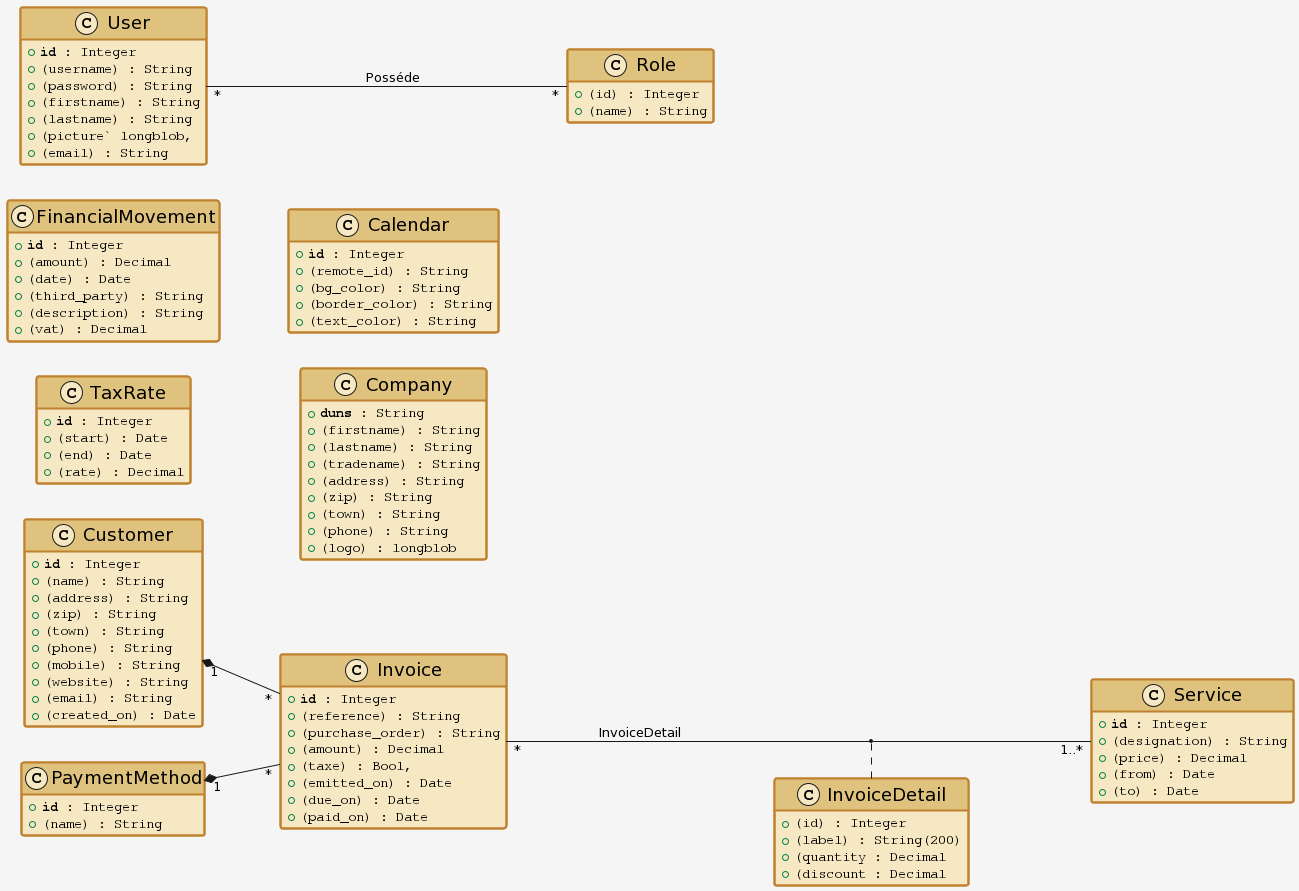
Above: test.png in anis-ellouzi/help (PlantUML), before the change. Source of this version:
```plantuml
@startuml



!define Classe(x) class "x" << (C,#f6e8c3) >>
!define pk(x) <b>x</b>
hide methods
left to right direction
skinparam groupInheritance 2
skinparam lineThickness 2
skinparam lineColor #35978f
skinparam backgroundColor #f5f5f5
skinparam classAttributeFontColor #000000
skinparam classAttributeFontName Monospaced
skinparam classAttributeFontSize 14
skinparam classBackgroundColor #f6e8c3
skinparam classBorderColor #bf812d
skinparam classBorderThickness 2
skinparam classFontColor #000000
skinparam classFontName Arial
skinparam classFontSize 18
skinparam classHeaderBackgroundColor #dfc27d


Classe("Customer") {
    {field} + pk(id) : Integer
    {field} + (name) : String
    {field} + (address) : String
    {field} + (zip) : String
    {field} + (town) : String
    {field} + (phone) : String
    {field} + (mobile) : String
    {field} + (website) : String
    {field} + (email) : String
    {field} + (created_on) : Date
}
Classe("PaymentMethod") {
    {field} + pk(id) : Integer
    {field} + (name) : String
}

"Customer" "1" *-- "*" "Invoice"
"PaymentMethod" "1" *-- "*" "Invoice"

Classe("Invoice") {
    {field} + pk(id) : Integer
    {field} + (reference) : String
    {field} + (purchase_order) : String
    {field} + (amount) : Decimal
    {field} + (taxe) : Bool,
    {field} + (emitted_on) : Date
    {field} + (due_on) : Date
    {field} + (paid_on) : Date
}

"Invoice" "*" --- "1..*" "Service": "InvoiceDetail"
("Invoice", "Service") .. "InvoiceDetail"

Classe("InvoiceDetail") {
    {field} + (id) : Integer
    {field} + (label) : String(200)
    {field} + (quantity : Decimal
    {field} + (discount : Decimal
}
Classe("Service") {
    {field} + pk(id) : Integer
    {field} + (designation) : String
    {field} + (price) : Decimal
    {field} + (from) : Date
    {field} + (to) : Date
}

Classe("User") {
    {field} + pk(id) : Integer
    {field} + (username) : String
    {field} + (password) : String
    {field} + (firstname) : String
    {field} + (lastname) : String
    {field} + (picture` longblob,
    {field} + (email) : String
}
"User" "*" --- "*" "Role": "Posséde"
Classe("Role") {
    {field} + (id) : Integer
    {field} + (name) : String
}



Classe("FinancialMovement") {
    {field} + pk(id) : Integer
    {field} + (amount) : Decimal
    {field} + (date) : Date
    {field} + (third_party) : String
    {field} + (description) : String
    {field} + (vat) : Decimal
}
Classe("TaxRate") {
    {field} + pk(id) : Integer
    {field} + (start) : Date
    {field} + (end) : Date
    {field} + (rate) : Decimal
}

Classe("Calendar") {
    {field} + pk(id) : Integer
    {field} + (remote_id) : String
    {field} + (bg_color) : String
    {field} + (border_color) : String
    {field} + (text_color) : String
}
Classe("Company") {
    {field} + pk(duns) : String
    {field} + (firstname) : String
    {field} + (lastname) : String
    {field} + (tradename) : String
    {field} + (address) : String
    {field} + (zip) : String
    {field} + (town) : String
    {field} + (phone) : String
    {field} + (logo) : longblob
}
@enduml
```
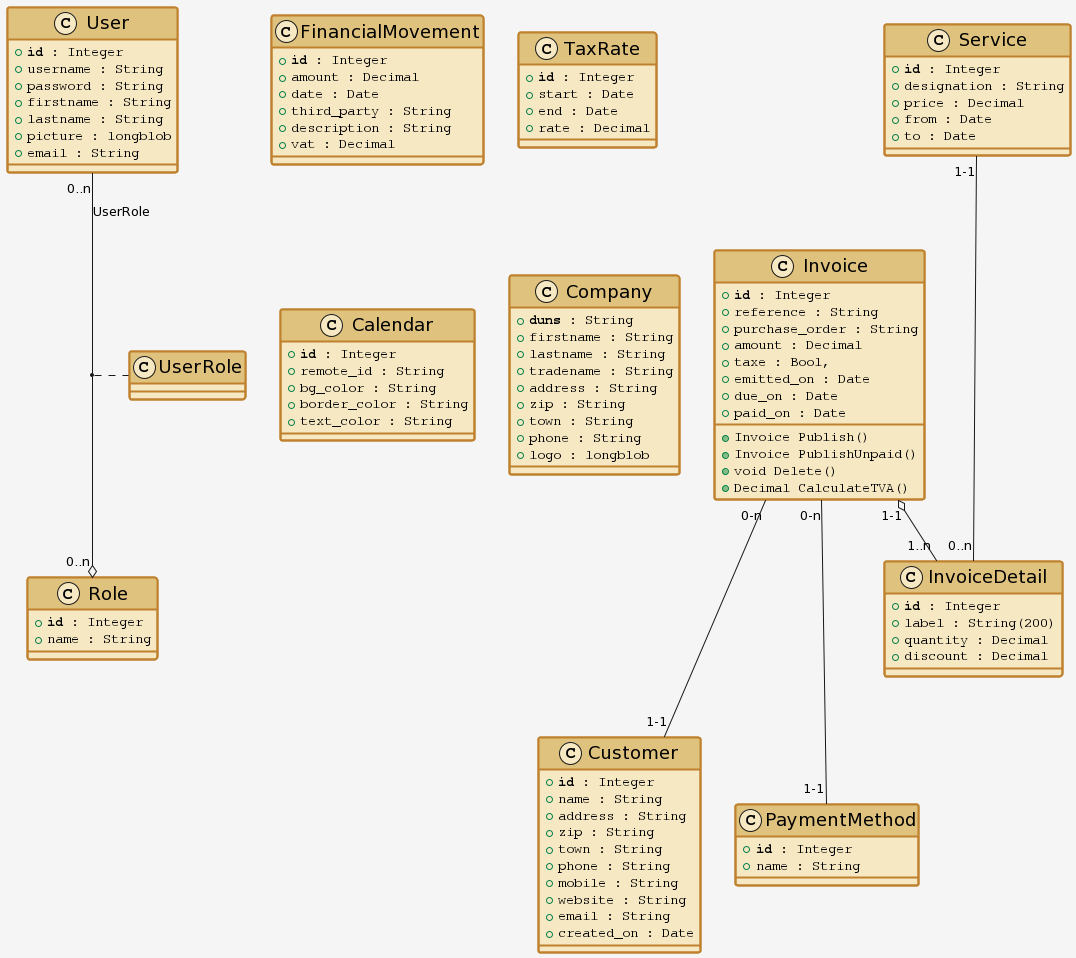
Above is the later version.

Diff of the diagram source:
```diff
@@ -4,8 +4,6 @@
 
 !define Classe(x) class "x" << (C,#f6e8c3) >>
 !define pk(x) <b>x</b>
-hide methods
-left to right direction
 skinparam groupInheritance 2
 skinparam lineThickness 2
 skinparam lineColor #35978f
@@ -24,100 +22,106 @@
 
 Classe("Customer") {
     {field} + pk(id) : Integer
-    {field} + (name) : String
-    {field} + (address) : String
-    {field} + (zip) : String
-    {field} + (town) : String
-    {field} + (phone) : String
-    {field} + (mobile) : String
-    {field} + (website) : String
-    {field} + (email) : String
-    {field} + (created_on) : Date
+    {field} + name : String
+    {field} + address : String
+    {field} + zip : String
+    {field} + town : String
+    {field} + phone : String
+    {field} + mobile : String
+    {field} + website : String
+    {field} + email : String
+    {field} + created_on : Date
 }
 Classe("PaymentMethod") {
     {field} + pk(id) : Integer
-    {field} + (name) : String
+    {field} + name : String
 }
-
-"Customer" "1" *-- "*" "Invoice"
-"PaymentMethod" "1" *-- "*" "Invoice"
+Invoice “0-n” --- “1-1" Customer
+Invoice “0-n” --- “1-1" PaymentMethod
 
 Classe("Invoice") {
     {field} + pk(id) : Integer
-    {field} + (reference) : String
-    {field} + (purchase_order) : String
-    {field} + (amount) : Decimal
-    {field} + (taxe) : Bool,
-    {field} + (emitted_on) : Date
-    {field} + (due_on) : Date
-    {field} + (paid_on) : Date
+    {field} + reference : String
+    {field} + purchase_order : String
+    {field} + amount : Decimal
+    {field} + taxe : Bool,
+    {field} + emitted_on : Date
+    {field} + due_on : Date
+    {field} + paid_on : Date
+
+    {method} + Invoice Publish()
+    {method} + Invoice PublishUnpaid()
+    {method} + void Delete()
+    {method} + Decimal CalculateTVA()
 }
 
-"Invoice" "*" --- "1..*" "Service": "InvoiceDetail"
-("Invoice", "Service") .. "InvoiceDetail"
+"Invoice" "1-1" o-- "1..n" "InvoiceDetail"
+"Service" "1-1" --- "0..n" "InvoiceDetail"
 
 Classe("InvoiceDetail") {
-    {field} + (id) : Integer
-    {field} + (label) : String(200)
-    {field} + (quantity : Decimal
-    {field} + (discount : Decimal
+    {field} + pk(id) : Integer
+    {field} + label : String(200)
+    {field} + quantity : Decimal
+    {field} + discount : Decimal
 }
 Classe("Service") {
     {field} + pk(id) : Integer
-    {field} + (designation) : String
-    {field} + (price) : Decimal
-    {field} + (from) : Date
-    {field} + (to) : Date
+    {field} + designation : String
+    {field} + price : Decimal
+    {field} + from : Date
+    {field} + to : Date
 }
 
 Classe("User") {
     {field} + pk(id) : Integer
-    {field} + (username) : String
-    {field} + (password) : String
-    {field} + (firstname) : String
-    {field} + (lastname) : String
-    {field} + (picture` longblob,
-    {field} + (email) : String
+    {field} + username : String
+    {field} + password : String
+    {field} + firstname : String
+    {field} + lastname : String
+    {field} + picture : longblob
+    {field} + email : String
 }
-"User" "*" --- "*" "Role": "Posséde"
+Classe("UserRole") {
+}
 Classe("Role") {
-    {field} + (id) : Integer
-    {field} + (name) : String
+    {field} + pk(id) : Integer
+    {field} + name : String
 }
 
-
+"User" "0..n" --o "0..n" "Role": "UserRole"
+("User", "Role") .. "UserRole"
 
 Classe("FinancialMovement") {
     {field} + pk(id) : Integer
-    {field} + (amount) : Decimal
-    {field} + (date) : Date
-    {field} + (third_party) : String
-    {field} + (description) : String
-    {field} + (vat) : Decimal
+    {field} + amount : Decimal
+    {field} + date : Date
+    {field} + third_party : String
+    {field} + description : String
+    {field} + vat : Decimal
 }
 Classe("TaxRate") {
     {field} + pk(id) : Integer
-    {field} + (start) : Date
-    {field} + (end) : Date
-    {field} + (rate) : Decimal
+    {field} + start : Date
+    {field} + end : Date
+    {field} + rate : Decimal
 }
 
 Classe("Calendar") {
     {field} + pk(id) : Integer
-    {field} + (remote_id) : String
-    {field} + (bg_color) : String
-    {field} + (border_color) : String
-    {field} + (text_color) : String
+    {field} + remote_id : String
+    {field} + bg_color : String
+    {field} + border_color : String
+    {field} + text_color : String
 }
 Classe("Company") {
     {field} + pk(duns) : String
-    {field} + (firstname) : String
-    {field} + (lastname) : String
-    {field} + (tradename) : String
-    {field} + (address) : String
-    {field} + (zip) : String
-    {field} + (town) : String
-    {field} + (phone) : String
-    {field} + (logo) : longblob
+    {field} + firstname : String
+    {field} + lastname : String
+    {field} + tradename : String
+    {field} + address : String
+    {field} + zip : String
+    {field} + town : String
+    {field} + phone : String
+    {field} + logo : longblob
 }
 @enduml
```
